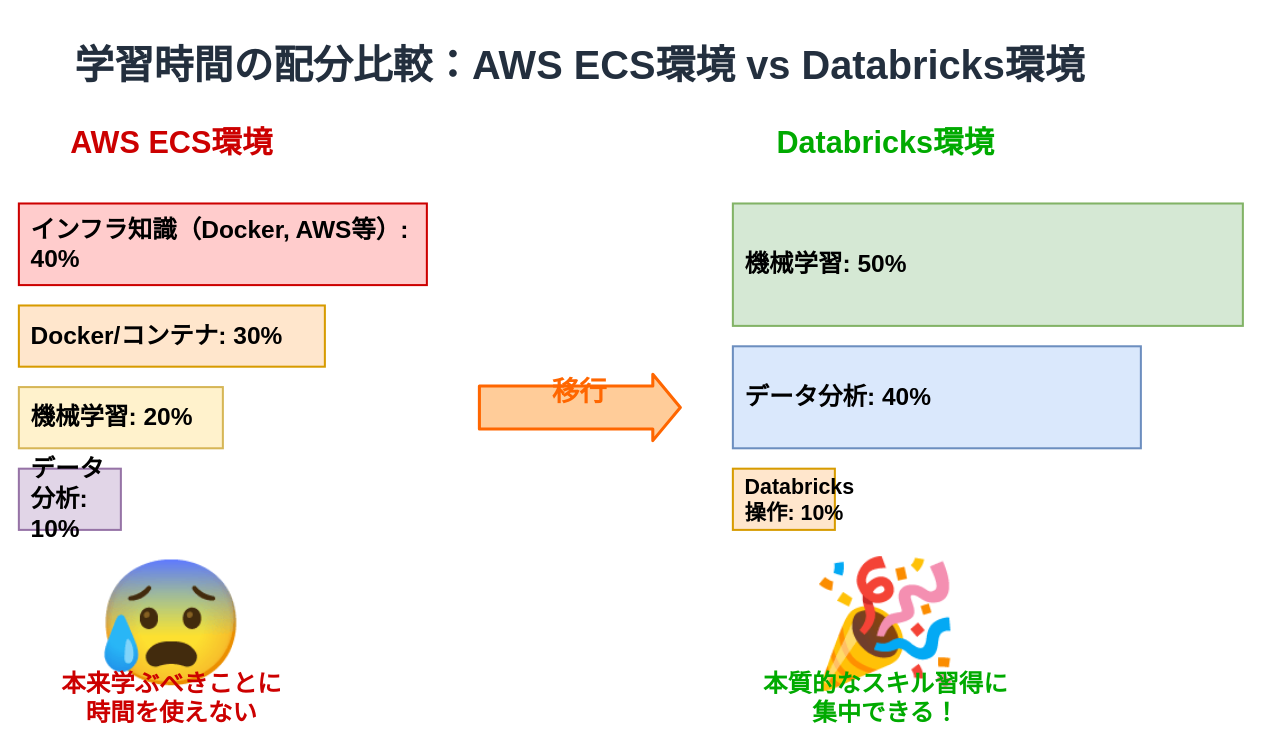
This is assets/2025-11-07-tamesare-data-sapporo/learning-cost-comparison.drawio from i9wa4/i9wa4.github.io, a draw.io file, before an edit. Source tidied: cells renumbered, new cells numbered last; positions are measured from the earlier drawing's top-left corner, leaving out a move shared by most shapes. Both pictures are drawn from the tidied source at 102%, with x=0, y=0 at pixel (18, 40).
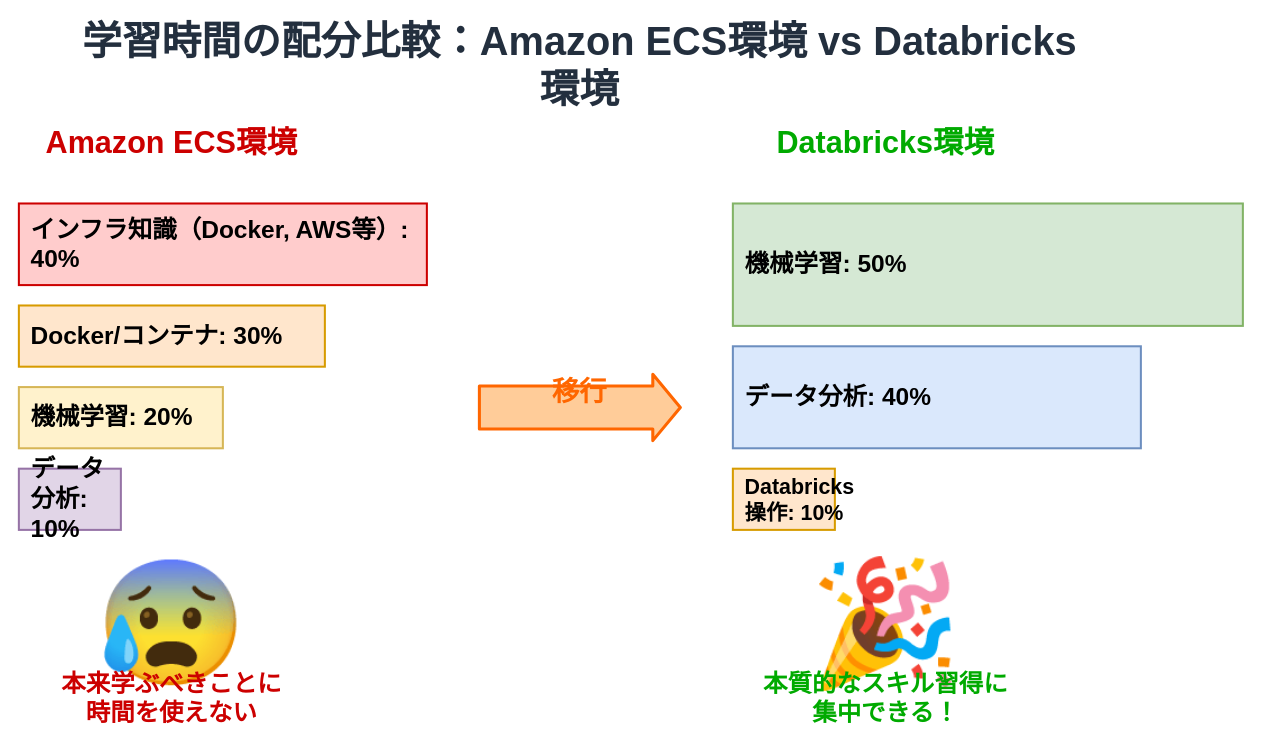
Above is the later version.

What changed in the source:
```diff
@@
-    <mxCell id="2" value="学習時間の配分比較：AWS ECS環境 vs Databricks環境" style="text;html=1;strokeColor=none;fillColor=none;align=center;verticalAlign=middle;whiteSpace=wrap;rounded=0;fontSize=39;fontStyle=1;fontColor=#232F3E;" parent="1" vertex="1">
+    <mxCell id="2" value="学習時間の配分比較：Amazon ECS環境 vs Databricks環境" style="text;html=1;strokeColor=none;fillColor=none;align=center;verticalAlign=middle;whiteSpace=wrap;rounded=0;fontSize=39;fontStyle=1;fontColor=#232F3E;" parent="1" vertex="1">
       <mxGeometry x="50" width="1000" height="50" as="geometry" />
     </mxCell>
-    <mxCell id="3" value="AWS ECS環境" style="text;html=1;strokeColor=none;fillColor=none;align=center;verticalAlign=middle;whiteSpace=wrap;rounded=0;fontSize=30;fontStyle=1;fontColor=#CC0000;" parent="1" vertex="1">
+    <mxCell id="3" value="Amazon ECS環境" style="text;html=1;strokeColor=none;fillColor=none;align=center;verticalAlign=middle;whiteSpace=wrap;rounded=0;fontSize=30;fontStyle=1;fontColor=#CC0000;" parent="1" vertex="1">
       <mxGeometry y="80" width="300" height="40" as="geometry" />
     </mxCell>
```
